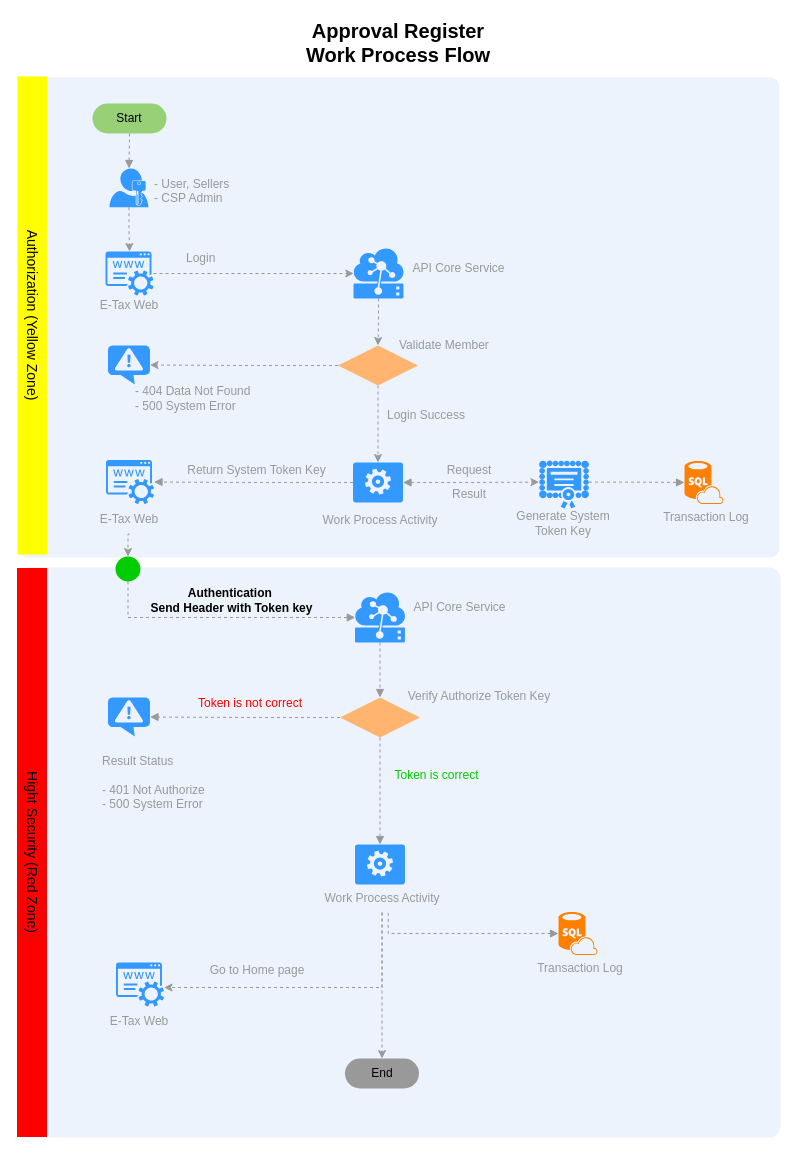
The draw.io diagram Approval Register.drawio in nirawat/eTax, before the edit. Source tidied: cells renumbered, new cells numbered last; positions are measured from the earlier drawing's top-left corner, leaving out a move shared by most shapes. Both pictures are drawn from the tidied source at 100%, with x=0, y=0 at pixel (-253, 17).
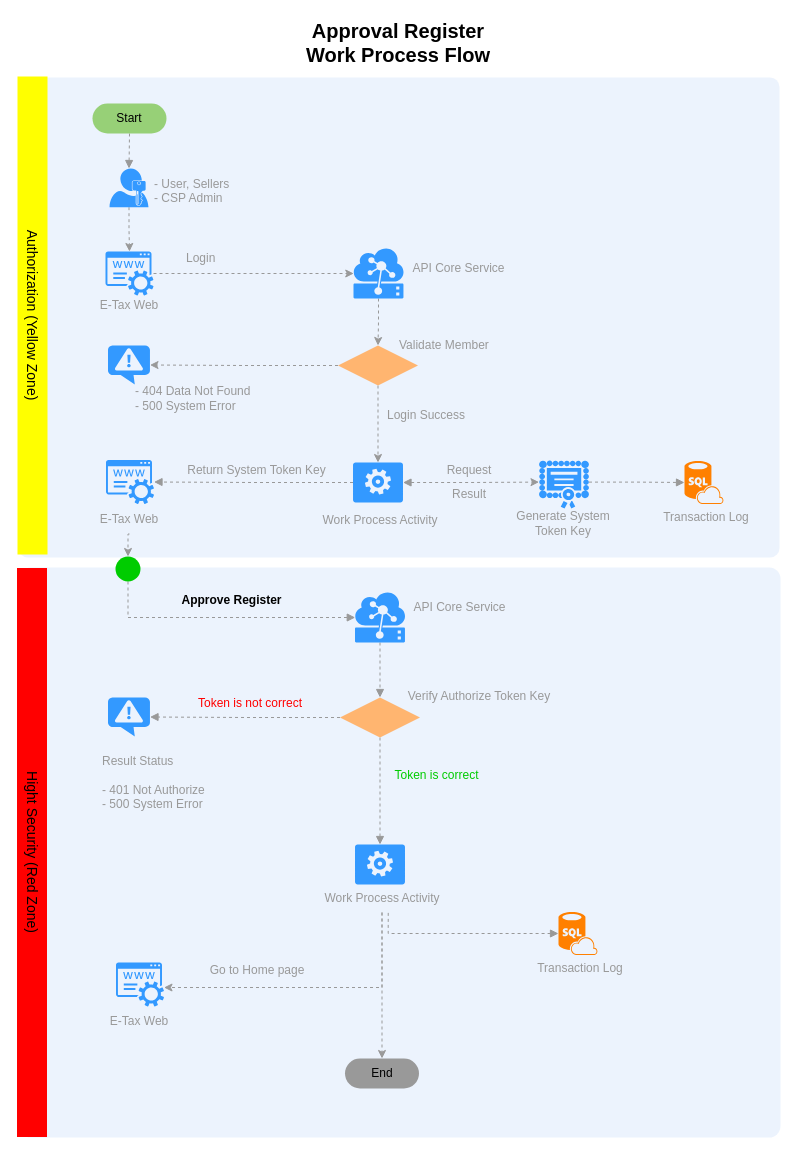
Above is the later version.

Change to the diagram source:
```diff
@@
-    <mxCell id="46" value="Authentication&amp;nbsp;&lt;br&gt;Send Header with Token key&lt;br&gt;" style="text;html=1;strokeColor=none;fillColor=none;align=center;verticalAlign=middle;whiteSpace=wrap;rounded=0;fontSize=12;fontColor=#000000;fontStyle=1;" parent="1" vertex="1">
+    <mxCell id="46" value="Approve Register&lt;br&gt;" style="text;html=1;strokeColor=none;fillColor=none;align=center;verticalAlign=middle;whiteSpace=wrap;rounded=0;fontSize=12;fontColor=#000000;fontStyle=1;" parent="1" vertex="1">
       <mxGeometry x="388" y="566" width="193" height="34" as="geometry" />
     </mxCell>
```
